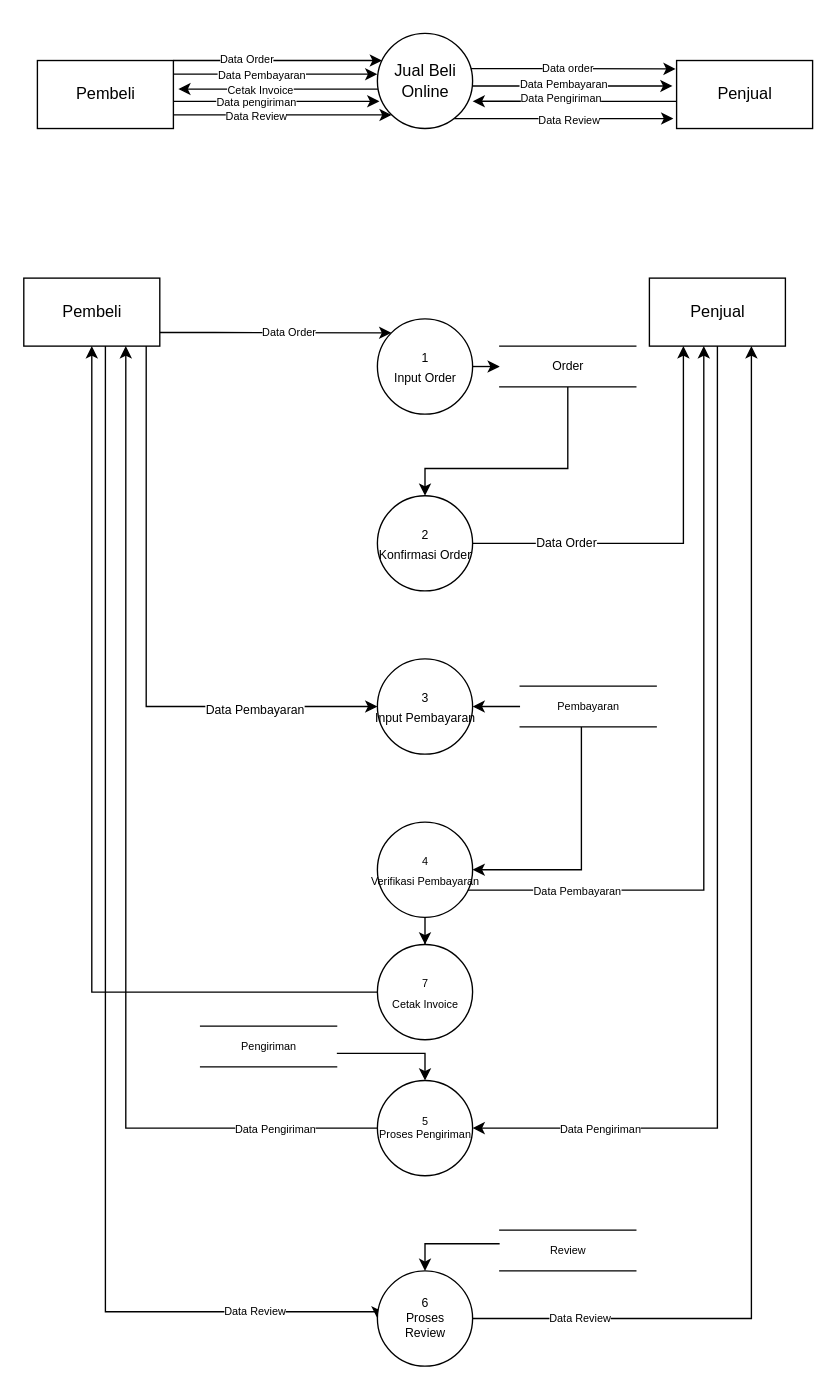
Before: Untitled Diagram.drawio in farrasrayhand/Tugas-Kuliah, a draw.io diagram. Source tidied: cells renumbered, new cells numbered last; positions are measured from the earlier drawing's top-left corner, leaving out a move shared by most shapes. Both pictures are drawn from the tidied source at 136%, with x=0, y=0 at pixel (23, 33).
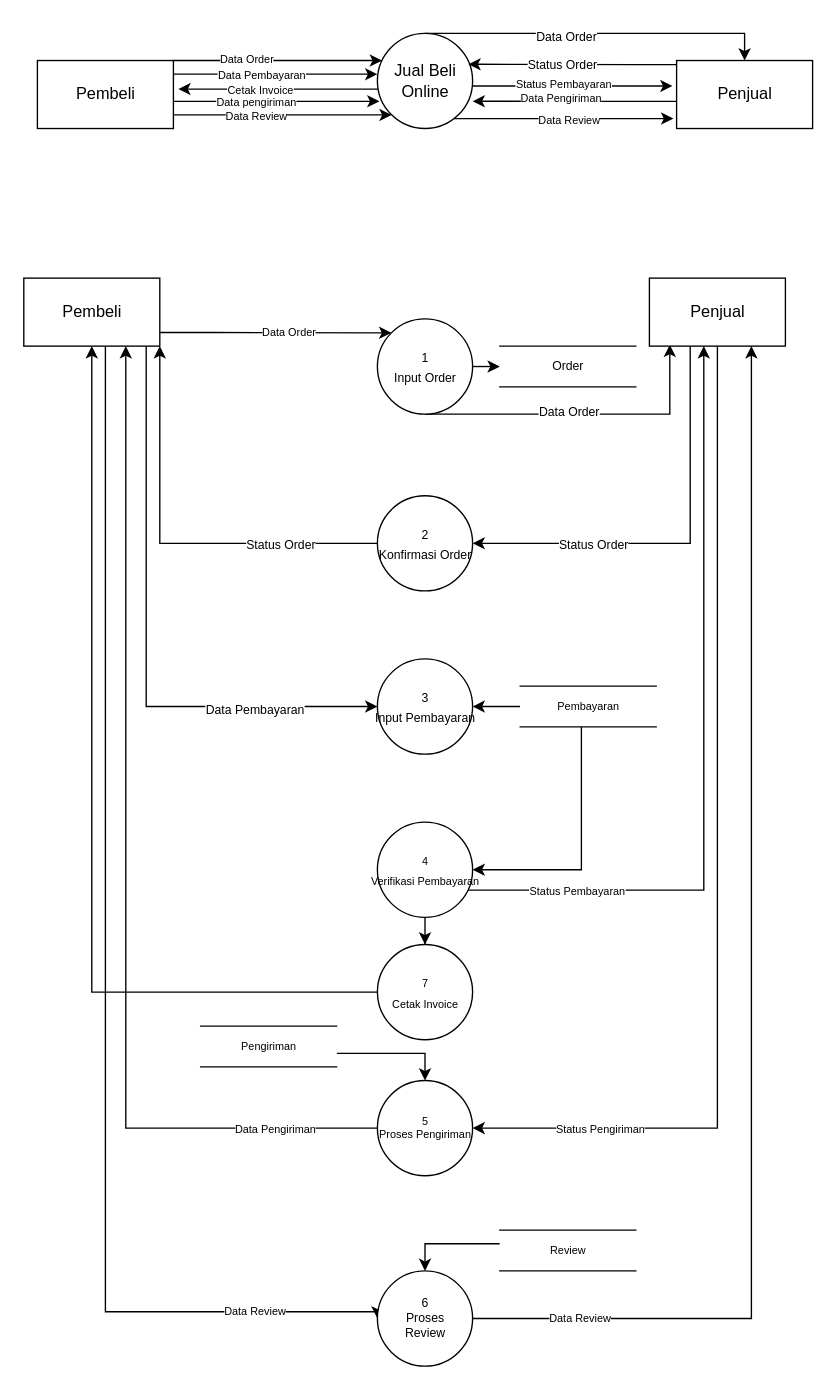
The same page after the edit.

Unchanged cells that the change refers to:
```xml
<mxCell id="6" style="edgeStyle=orthogonalEdgeStyle;rounded=0;jettySize=auto;html=1;entryX=-0.03;entryY=0.374;entryDx=0;entryDy=0;entryPerimeter=0;fontSize=8;" parent="1" edge="1" source="10" target="22">
  <mxGeometry relative="1" as="geometry">
    <Array as="points">
      <mxPoint x="405" y="39" />
    </Array>
  </mxGeometry>
</mxCell>
<mxCell id="10" value="Jual Beli&lt;br&gt;Online" style="shape=ellipse;html=1;dashed=0;whitespace=wrap;perimeter=ellipsePerimeter;" parent="1" vertex="1">
  <mxGeometry x="260" width="70" height="70" as="geometry" />
</mxCell>
<mxCell id="22" value="Penjual" style="html=1;dashed=0;whitespace=wrap;" parent="1" vertex="1">
  <mxGeometry x="480" y="20" width="100" height="50" as="geometry" />
</mxCell>
<mxCell id="24" value="&lt;font style=&quot;font-size: 9px&quot;&gt;1&lt;br&gt;Input Order&lt;/font&gt;" style="shape=ellipse;html=1;dashed=0;whitespace=wrap;perimeter=ellipsePerimeter;" parent="1" vertex="1">
  <mxGeometry x="260" y="210" width="70" height="70" as="geometry" />
</mxCell>
<mxCell id="31" value="Pembeli" style="html=1;dashed=0;whitespace=wrap;" parent="1" vertex="1">
  <mxGeometry y="180" width="100" height="50" as="geometry" />
</mxCell>
<mxCell id="32" style="edgeStyle=orthogonalEdgeStyle;rounded=0;jettySize=auto;html=1;entryX=1;entryY=0.5;entryDx=0;entryDy=0;fontSize=8;" parent="1" edge="1" source="34" target="45">
  <mxGeometry relative="1" as="geometry">
    <Array as="points">
      <mxPoint x="510" y="805" />
    </Array>
  </mxGeometry>
</mxCell>
<mxCell id="34" value="Penjual" style="html=1;dashed=0;whitespace=wrap;" parent="1" vertex="1">
  <mxGeometry x="460" y="180" width="100" height="50" as="geometry" />
</mxCell>
<mxCell id="37" value="&lt;font style=&quot;font-size: 9px&quot;&gt;2&lt;br&gt;Konfirmasi Order&lt;/font&gt;" style="shape=ellipse;html=1;dashed=0;whitespace=wrap;perimeter=ellipsePerimeter;" parent="1" vertex="1">
  <mxGeometry x="260" y="340" width="70" height="70" as="geometry" />
</mxCell>
<mxCell id="38" style="edgeStyle=orthogonalEdgeStyle;rounded=0;jettySize=auto;html=1;fontSize=8;" parent="1" edge="1" source="41">
  <mxGeometry relative="1" as="geometry">
    <mxPoint x="500" y="230" as="targetPoint" />
    <Array as="points">
      <mxPoint x="500" y="630" />
      <mxPoint x="500" y="230" />
    </Array>
  </mxGeometry>
</mxCell>
<mxCell id="50" value="Order" style="html=1;dashed=0;whitespace=wrap;shape=partialRectangle;right=0;left=0;fontSize=9;" parent="1" vertex="1">
  <mxGeometry x="350" y="230" width="100" height="30" as="geometry" />
</mxCell>
```

The edit, as a diff of the source:
```diff
@@
-    <mxCell id="4" style="edgeStyle=orthogonalEdgeStyle;rounded=0;jettySize=auto;html=1;entryX=-0.007;entryY=0.123;entryDx=0;entryDy=0;entryPerimeter=0;fontSize=8;" parent="1" edge="1" source="10" target="22">
-      <mxGeometry relative="1" as="geometry">
-        <Array as="points">
-          <mxPoint x="400" y="26" />
-          <mxPoint x="400" y="26" />
-        </Array>
-      </mxGeometry>
-    </mxCell>
-    <mxCell id="5" value="Data order" style="edgeLabel;html=1;align=center;verticalAlign=middle;fontSize=8;" parent="4" vertex="1">
-      <mxGeometry x="0.24" y="1" relative="1" as="geometry">
-        <mxPoint x="-22" as="offset" />
-      </mxGeometry>
-    </mxCell>
@@
-    <mxCell id="7" value="Data Pembayaran" style="edgeLabel;html=1;align=center;verticalAlign=middle;fontSize=8;" parent="6" vertex="1">
+    <mxCell id="7" value="Status Pembayaran" style="edgeLabel;html=1;align=center;verticalAlign=middle;fontSize=8;" parent="6" vertex="1">
       <mxGeometry x="-0.09" y="1" relative="1" as="geometry" />
     </mxCell>
@@
+    <mxCell id="4" style="edgeStyle=orthogonalEdgeStyle;rounded=0;jettySize=auto;html=1;entryX=0.5;entryY=0;entryDx=0;entryDy=0;fontSize=9;" parent="1" edge="1" source="10" target="22">
+      <mxGeometry relative="1" as="geometry">
+        <Array as="points">
+          <mxPoint x="530" />
+        </Array>
+      </mxGeometry>
+    </mxCell>
+    <mxCell id="60" value="Data Order" style="edgeLabel;html=1;align=center;verticalAlign=middle;fontSize=9;" parent="4" vertex="1">
+      <mxGeometry x="-0.19" y="-2" relative="1" as="geometry" />
+    </mxCell>
@@
+    <mxCell id="61" style="edgeStyle=orthogonalEdgeStyle;rounded=0;jettySize=auto;html=1;entryX=0.956;entryY=0.325;entryDx=0;entryDy=0;entryPerimeter=0;fontSize=9;" parent="1" edge="1" source="22" target="10">
+      <mxGeometry relative="1" as="geometry">
+        <Array as="points">
+          <mxPoint x="450" y="23" />
+          <mxPoint x="450" y="23" />
+        </Array>
+      </mxGeometry>
+    </mxCell>
+    <mxCell id="62" value="Status Order" style="edgeLabel;html=1;align=center;verticalAlign=middle;fontSize=9;" parent="61" vertex="1">
+      <mxGeometry x="0.1" y="1" relative="1" as="geometry" />
+    </mxCell>
@@
+    <mxCell id="63" style="edgeStyle=orthogonalEdgeStyle;rounded=0;jettySize=auto;html=1;entryX=0.15;entryY=0.98;entryDx=0;entryDy=0;entryPerimeter=0;fontSize=9;" parent="1" edge="1" source="24" target="34">
+      <mxGeometry relative="1" as="geometry">
+        <Array as="points">
+          <mxPoint x="475" y="280" />
+        </Array>
+      </mxGeometry>
+    </mxCell>
+    <mxCell id="64" value="Data Order" style="edgeLabel;html=1;align=center;verticalAlign=middle;fontSize=9;" parent="63" vertex="1">
+      <mxGeometry x="-0.02" y="2" relative="1" as="geometry">
+        <mxPoint x="-8" as="offset" />
+      </mxGeometry>
+    </mxCell>
@@
-    <mxCell id="33" value="Data Pengiriman" style="edgeLabel;html=1;align=center;verticalAlign=middle;fontSize=8;" parent="32" vertex="1">
+    <mxCell id="33" value="Status Pengiriman" style="edgeLabel;html=1;align=center;verticalAlign=middle;fontSize=8;" parent="32" vertex="1">
       <mxGeometry x="0.72" y="1" relative="1" as="geometry">
         <mxPoint x="-13" y="-1" as="offset" />
       </mxGeometry>
     </mxCell>
+    <mxCell id="65" style="edgeStyle=orthogonalEdgeStyle;rounded=0;jettySize=auto;html=1;entryX=1;entryY=0.5;entryDx=0;entryDy=0;fontSize=9;" parent="1" edge="1" source="34" target="37">
+      <mxGeometry relative="1" as="geometry">
+        <Array as="points">
+          <mxPoint x="490" y="375" />
+        </Array>
+      </mxGeometry>
+    </mxCell>
+    <mxCell id="66" value="Status Order" style="edgeLabel;html=1;align=center;verticalAlign=middle;fontSize=9;" parent="65" vertex="1">
+      <mxGeometry x="0.42" y="1" relative="1" as="geometry" />
+    </mxCell>
@@
-    <mxCell id="35" style="edgeStyle=orthogonalEdgeStyle;rounded=0;jettySize=auto;html=1;entryX=0.25;entryY=1;entryDx=0;entryDy=0;fontSize=9;" parent="1" edge="1" source="37" target="34">
-      <mxGeometry relative="1" as="geometry" />
-    </mxCell>
-    <mxCell id="36" value="Data Order" style="edgeLabel;html=1;align=center;verticalAlign=middle;fontSize=9;" parent="35" vertex="1">
-      <mxGeometry x="-0.55" y="1" relative="1" as="geometry" />
-    </mxCell>
+    <mxCell id="67" style="edgeStyle=orthogonalEdgeStyle;rounded=0;jettySize=auto;html=1;entryX=1;entryY=1;entryDx=0;entryDy=0;fontSize=9;" parent="1" edge="1" source="37" target="31">
+      <mxGeometry relative="1" as="geometry" />
+    </mxCell>
+    <mxCell id="68" value="Status Order" style="edgeLabel;html=1;align=center;verticalAlign=middle;fontSize=9;" parent="67" vertex="1">
+      <mxGeometry x="-0.53" y="1" relative="1" as="geometry" />
+    </mxCell>
@@
-    <mxCell id="39" value="Data Pembayaran" style="edgeLabel;html=1;align=center;verticalAlign=middle;fontSize=8;" parent="38" vertex="1">
+    <mxCell id="39" value="Status Pembayaran" style="edgeLabel;html=1;align=center;verticalAlign=middle;fontSize=8;" parent="38" vertex="1">
       <mxGeometry x="-0.72" relative="1" as="geometry" />
     </mxCell>
@@
-    <mxCell id="49" style="edgeStyle=orthogonalEdgeStyle;rounded=0;jettySize=auto;html=1;fontSize=9;entryX=0.5;entryY=0;entryDx=0;entryDy=0;" parent="1" edge="1" source="50" target="37">
-      <mxGeometry relative="1" as="geometry">
-        <Array as="points">
-          <mxPoint x="400" y="320" />
-          <mxPoint x="295" y="320" />
-        </Array>
-      </mxGeometry>
-    </mxCell>
```
